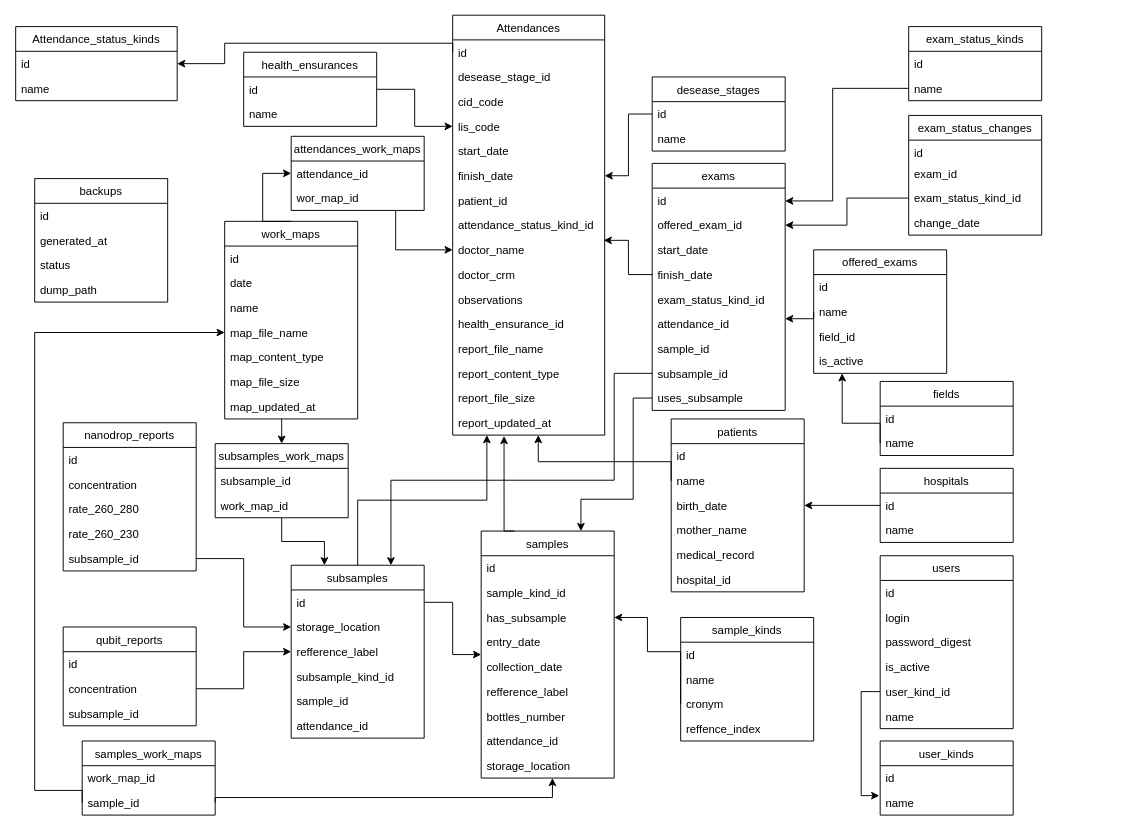
joaofelipe1294/genomico keeps this draw.io diagram as database.drawio. Above is the earlier version. Source tidied: cells renumbered, new cells numbered last; positions are measured from the earlier drawing's top-left corner, leaving out a move shared by most shapes. Both pictures are drawn from the tidied source at 95%, with x=0, y=0 at pixel (15, 14).
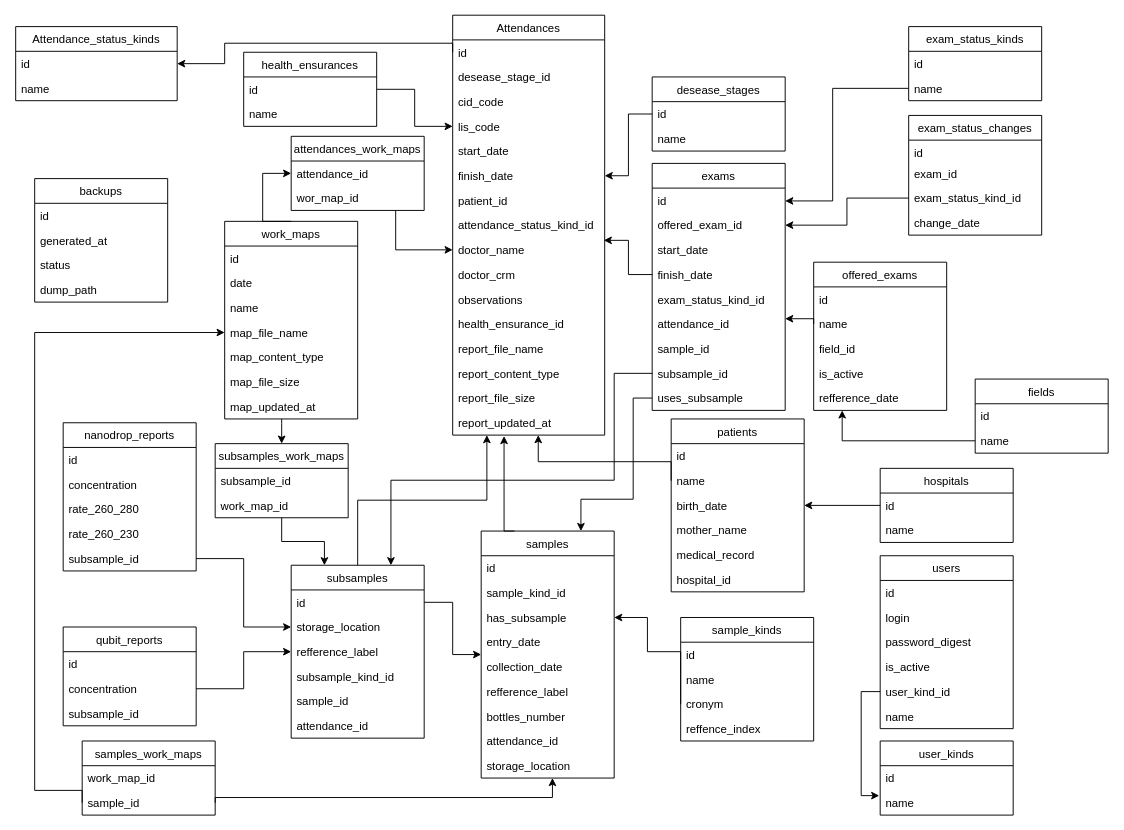
After the change.

Commit message:
Adicionado atributo refference_date ao modelo OfferedExam no esquema do banco de dados.

The change refers to these unchanged cells:
```xml
<mxCell id="54" value="name" style="text;strokeColor=none;fillColor=none;align=left;verticalAlign=top;spacingLeft=4;spacingRight=4;overflow=hidden;points=[[0,0.5],[1,0.5]];portConstraint=eastwest;" parent="52" vertex="1">
  <mxGeometry y="52" width="140" height="26" as="geometry" />
</mxCell>
```

Change to the diagram source:
```diff
@@
     <mxCell id="52" value="fields" style="swimlane;fontStyle=0;horizontal=1;startSize=26;fillColor=none;" parent="1" vertex="1">
-      <mxGeometry x="910" y="386" width="140" height="78" as="geometry" />
+      <mxGeometry x="1010" y="383.5" width="140" height="78" as="geometry" />
     </mxCell>
@@
     <mxCell id="67" value="offered_exams" style="swimlane;fontStyle=0;horizontal=1;startSize=26;fillColor=none;" parent="1" vertex="1">
-      <mxGeometry x="840" y="247.5" width="140" height="130" as="geometry" />
+      <mxGeometry x="840" y="260.5" width="140" height="156" as="geometry" />
     </mxCell>
@@
+    <mxCell id="153" value="refference_date" style="text;strokeColor=none;fillColor=none;align=left;verticalAlign=top;spacingLeft=4;spacingRight=4;overflow=hidden;" parent="67" vertex="1">
+      <mxGeometry y="130" width="140" height="26" as="geometry" />
+    </mxCell>
     <mxCell id="72" style="edgeStyle=orthogonalEdgeStyle;rounded=0;jettySize=auto;html=1;exitX=0;exitY=0.5;exitDx=0;exitDy=0;" parent="1" edge="1" source="54" target="67">
       <mxGeometry relative="1" as="geometry">
         <Array as="points">
-          <mxPoint x="870" y="430" />
+          <mxPoint x="870" y="449" />
         </Array>
       </mxGeometry>
     </mxCell>
```
